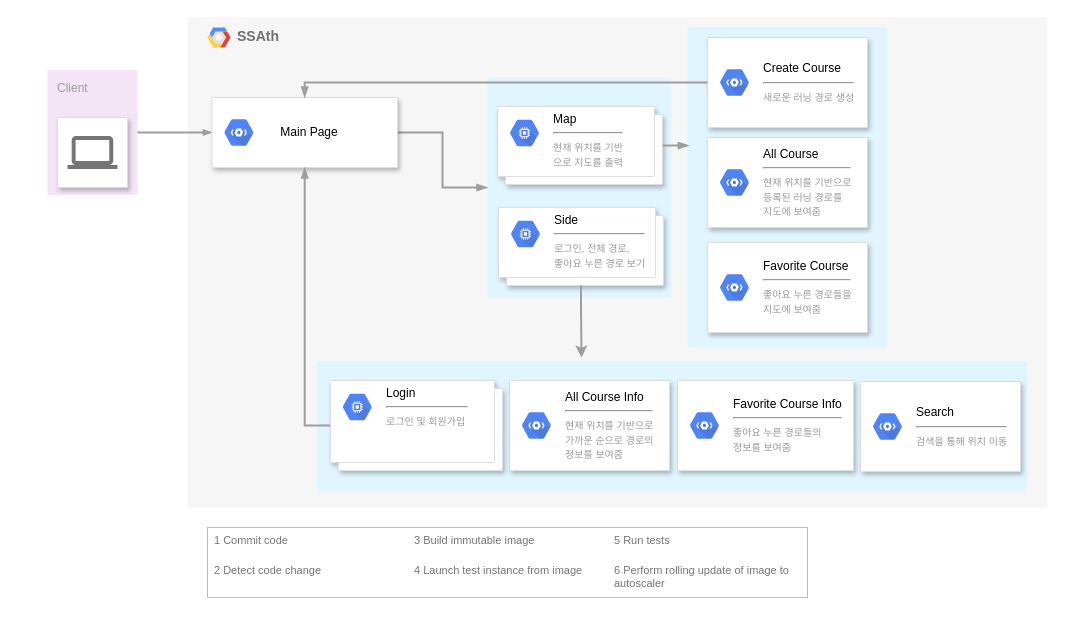
SSAth2023/SSAth_running keeps this draw.io diagram as SSAth_diagram/SSAfyFlowchart.drawio. Above is the earlier version. Source tidied: cells renumbered, new cells numbered last; positions are measured from the earlier drawing's top-left corner, leaving out a move shared by most shapes. Both pictures are drawn from the tidied source at 100%, with x=0, y=0 at pixel (47, 17). Pictures stored in the file or linked from it are replaced by grey dashed boxes.
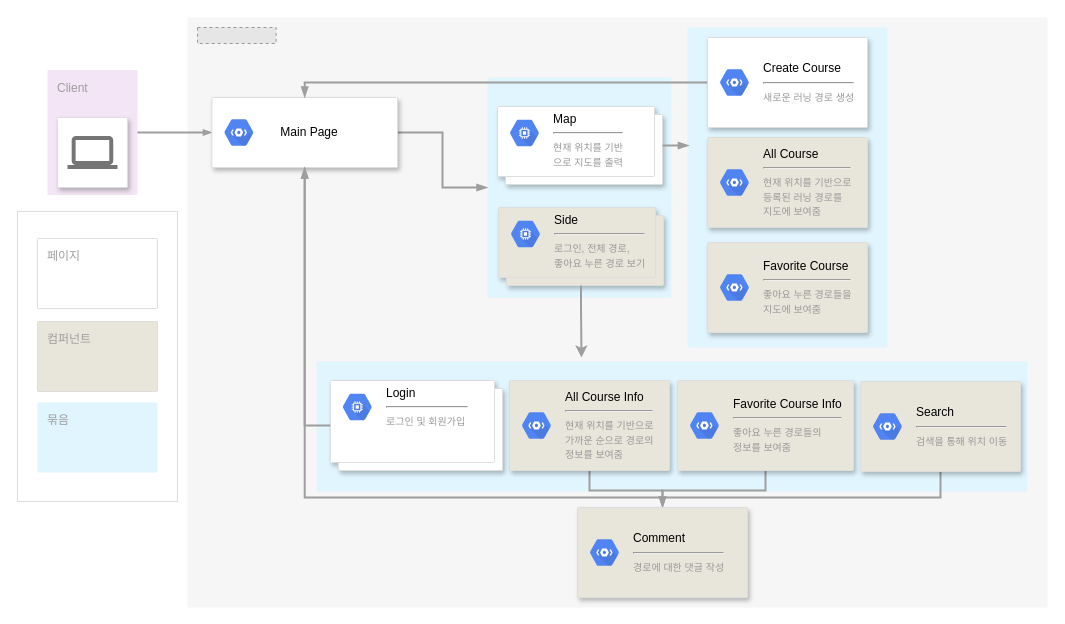
After the change.

Unchanged cells that the change refers to:
```xml
<mxCell id="22" style="strokeColor=#dddddd;fillColor=#ffffff;shadow=1;strokeWidth=1;rounded=1;absoluteArcSize=1;arcSize=2;fontSize=10;fontColor=#9E9E9E;align=center;html=1;labelPosition=left;verticalLabelPosition=top;verticalAlign=bottom;" parent="1" vertex="1">
  <mxGeometry x="164.4" y="80" width="185.6" height="70" as="geometry" />
</mxCell>
```

Diff of the diagram source:
```diff
@@
-    <mxCell id="2" value="&lt;b&gt;SSAth&lt;/b&gt;" style="fillColor=#F6F6F6;strokeColor=none;shadow=0;gradientColor=none;fontSize=14;align=left;spacing=10;fontColor=#717171;9E9E9E;verticalAlign=top;spacingTop=-4;fontStyle=0;spacingLeft=40;html=1;" parent="1" vertex="1">
-      <mxGeometry x="140" width="860" height="490" as="geometry" />
+    <mxCell id="2" style="fillColor=#F6F6F6;strokeColor=none;shadow=0;gradientColor=none;fontSize=14;align=left;spacing=10;fontColor=#717171;9E9E9E;verticalAlign=top;spacingTop=-4;fontStyle=0;spacingLeft=40;html=1;" parent="1" vertex="1">
+      <mxGeometry x="140" width="860" height="590" as="geometry" />
     </mxCell>
@@
-    <mxCell id="10" style="shape=mxgraph.gcp2.doubleRect;strokeColor=#dddddd;fillColor=#ffffff;shadow=1;strokeWidth=1;fontSize=10;fontColor=#9E9E9E;align=center;html=1;" parent="1" vertex="1">
+    <mxCell id="10" style="shape=mxgraph.gcp2.doubleRect;strokeColor=#dddddd;fillColor=#E8E5DA;shadow=1;strokeWidth=1;fontSize=10;fontColor=#9E9E9E;align=center;html=1;" parent="1" vertex="1">
       <mxGeometry x="451" y="190" width="165" height="78" as="geometry" />
     </mxCell>
@@
-    <mxCell id="12" style="fillColor=#ffffff;strokeColor=#BDBDBD;strokeWidth=1;shadow=0;gradientColor=none;fontSize=10;fontColor=#9E9E9E;align=center;html=1;" parent="1" vertex="1">
-      <mxGeometry x="160" y="510" width="600" height="70" as="geometry" />
-    </mxCell>
-    <mxCell id="13" value="1 Commit code" style="strokeColor=none;fillColor=none;fontColor=#757575;align=left;html=1;fontStyle=0;spacingLeft=5;fontSize=11;verticalAlign=top;whiteSpace=wrap;spacingRight=5;" parent="12" vertex="1">
-      <mxGeometry width="200" height="30" relative="1" as="geometry" />
-    </mxCell>
-    <mxCell id="14" value="2 Detect code change" style="strokeColor=none;fillColor=none;fontColor=#757575;align=left;html=1;fontStyle=0;spacingLeft=5;fontSize=11;verticalAlign=top;whiteSpace=wrap;spacingRight=5;" parent="12" vertex="1">
-      <mxGeometry width="200" height="30" relative="1" as="geometry">
-        <mxPoint y="30" as="offset" />
-      </mxGeometry>
-    </mxCell>
-    <mxCell id="15" value="3 Build immutable image" style="strokeColor=none;fillColor=none;fontColor=#757575;align=left;html=1;fontStyle=0;spacingLeft=5;fontSize=11;verticalAlign=top;whiteSpace=wrap;spacingRight=5;" parent="12" vertex="1">
-      <mxGeometry width="200" height="30" relative="1" as="geometry">
-        <mxPoint x="200" as="offset" />
-      </mxGeometry>
-    </mxCell>
-    <mxCell id="16" value="4 Launch test instance from image" style="strokeColor=none;fillColor=none;fontColor=#757575;align=left;html=1;fontStyle=0;spacingLeft=5;fontSize=11;verticalAlign=top;whiteSpace=wrap;spacingRight=5;" parent="12" vertex="1">
-      <mxGeometry width="200" height="30" relative="1" as="geometry">
-        <mxPoint x="200" y="30" as="offset" />
-      </mxGeometry>
-    </mxCell>
-    <mxCell id="17" value="5 Run tests" style="strokeColor=none;fillColor=none;fontColor=#757575;align=left;html=1;fontStyle=0;spacingLeft=5;fontSize=11;verticalAlign=top;whiteSpace=wrap;spacingRight=5;" parent="12" vertex="1">
-      <mxGeometry width="200" height="30" relative="1" as="geometry">
-        <mxPoint x="400" as="offset" />
-      </mxGeometry>
-    </mxCell>
-    <mxCell id="18" value="6 Perform rolling update of image to autoscaler" style="strokeColor=none;fillColor=none;fontColor=#757575;align=left;html=1;fontStyle=0;spacingLeft=5;fontSize=11;verticalAlign=top;whiteSpace=wrap;spacingRight=5;" parent="12" vertex="1">
-      <mxGeometry width="200" height="30" relative="1" as="geometry">
-        <mxPoint x="400" y="30" as="offset" />
-      </mxGeometry>
-    </mxCell>
@@
-    <mxCell id="21" style="shape=mxgraph.gcp2.google_cloud_platform;fillColor=#F6F6F6;strokeColor=none;shadow=0;gradientColor=none;" parent="1" vertex="1">
-      <mxGeometry x="160" y="10" width="23" height="20" as="geometry">
-        <mxPoint x="20" y="10" as="offset" />
-      </mxGeometry>
-    </mxCell>
@@
+    <mxCell id="43" style="edgeStyle=orthogonalEdgeStyle;rounded=0;jettySize=auto;html=1;strokeWidth=2;strokeColor=#9E9E9E;endArrow=blockThin;endFill=1;" parent="1" edge="1" source="25" target="46">
+      <mxGeometry relative="1" as="geometry" />
+    </mxCell>
-    <mxCell id="25" style="strokeColor=#dddddd;fillColor=#ffffff;shadow=1;strokeWidth=1;rounded=1;absoluteArcSize=1;arcSize=2;fontSize=10;fontColor=#9E9E9E;align=center;html=1;labelPosition=center;verticalLabelPosition=top;verticalAlign=bottom;" parent="1" vertex="1">
+    <mxCell id="25" style="strokeColor=#dddddd;fillColor=#E8E5DA;shadow=1;strokeWidth=1;rounded=1;absoluteArcSize=1;arcSize=2;fontSize=10;fontColor=#9E9E9E;align=center;html=1;labelPosition=center;verticalLabelPosition=top;verticalAlign=bottom;" parent="1" vertex="1">
       <mxGeometry x="462" y="363" width="160" height="90" as="geometry" />
     </mxCell>
@@
+    <mxCell id="44" style="edgeStyle=orthogonalEdgeStyle;rounded=0;jettySize=auto;html=1;strokeWidth=2;strokeColor=#9E9E9E;endArrow=blockThin;endFill=1;" parent="1" edge="1" source="27" target="46">
+      <mxGeometry relative="1" as="geometry">
+        <Array as="points">
+          <mxPoint x="718" y="473" />
+          <mxPoint x="615" y="473" />
+        </Array>
+      </mxGeometry>
+    </mxCell>
-    <mxCell id="27" style="strokeColor=#dddddd;fillColor=#ffffff;shadow=1;strokeWidth=1;rounded=1;absoluteArcSize=1;arcSize=2;fontSize=10;fontColor=#9E9E9E;align=center;html=1;labelPosition=center;verticalLabelPosition=top;verticalAlign=bottom;" parent="1" vertex="1">
+    <mxCell id="27" style="strokeColor=#dddddd;fillColor=#E8E5DA;shadow=1;strokeWidth=1;rounded=1;absoluteArcSize=1;arcSize=2;fontSize=10;fontColor=#9E9E9E;align=center;html=1;labelPosition=center;verticalLabelPosition=top;verticalAlign=bottom;" parent="1" vertex="1">
       <mxGeometry x="630" y="363" width="176" height="90" as="geometry" />
     </mxCell>
@@
-    <mxCell id="29" style="shape=mxgraph.gcp2.doubleRect;strokeColor=#dddddd;fillColor=#ffffff;shadow=1;strokeWidth=1;fontSize=10;fontColor=#9E9E9E;align=center;html=1;labelPosition=center;verticalLabelPosition=top;verticalAlign=bottom;" parent="1" vertex="1">
+    <mxCell id="29" style="shape=mxgraph.gcp2.doubleRect;strokeColor=#DDDDDD;fillColor=#FFFFFF;shadow=1;strokeWidth=1;fontSize=10;align=center;html=1;labelPosition=center;verticalLabelPosition=top;verticalAlign=bottom;" parent="1" vertex="1">
       <mxGeometry x="282.8" y="363" width="172.2" height="90" as="geometry" />
     </mxCell>
@@
-    <mxCell id="34" style="strokeColor=#dddddd;fillColor=#ffffff;shadow=1;strokeWidth=1;rounded=1;absoluteArcSize=1;arcSize=2;fontSize=10;fontColor=#9E9E9E;align=center;html=1;labelPosition=left;verticalLabelPosition=top;verticalAlign=bottom;" parent="1" vertex="1">
+    <mxCell id="34" style="strokeColor=#dddddd;fillColor=#E8E5DA;shadow=1;strokeWidth=1;rounded=1;absoluteArcSize=1;arcSize=2;fontSize=10;fontColor=#9E9E9E;align=center;html=1;labelPosition=left;verticalLabelPosition=top;verticalAlign=bottom;" parent="1" vertex="1">
       <mxGeometry x="660" y="120" width="160" height="90" as="geometry" />
     </mxCell>
@@
-    <mxCell id="36" style="strokeColor=#dddddd;fillColor=#ffffff;shadow=1;strokeWidth=1;rounded=1;absoluteArcSize=1;arcSize=2;fontSize=10;fontColor=#9E9E9E;align=center;html=1;labelPosition=left;verticalLabelPosition=top;verticalAlign=bottom;" parent="1" vertex="1">
+    <mxCell id="36" style="strokeColor=#dddddd;fillColor=#E8E5DA;shadow=1;strokeWidth=1;rounded=1;absoluteArcSize=1;arcSize=2;fontSize=10;fontColor=#9E9E9E;align=center;html=1;labelPosition=left;verticalLabelPosition=top;verticalAlign=bottom;" parent="1" vertex="1">
       <mxGeometry x="660" y="225" width="160" height="90" as="geometry" />
     </mxCell>
@@
+    <mxCell id="45" style="edgeStyle=orthogonalEdgeStyle;rounded=0;jettySize=auto;html=1;entryX=0.5;entryY=1;entryDx=0;entryDy=0;strokeColor=#9E9E9E;strokeWidth=2;endArrow=blockThin;endFill=1;" parent="1" edge="1" source="41" target="22">
+      <mxGeometry relative="1" as="geometry">
+        <Array as="points">
+          <mxPoint x="893" y="480" />
+          <mxPoint x="257" y="480" />
+        </Array>
+      </mxGeometry>
+    </mxCell>
-    <mxCell id="41" style="strokeColor=#dddddd;fillColor=#ffffff;shadow=1;strokeWidth=1;rounded=1;absoluteArcSize=1;arcSize=2;fontSize=10;fontColor=#9E9E9E;align=center;html=1;labelPosition=center;verticalLabelPosition=top;verticalAlign=bottom;" parent="1" vertex="1">
+    <mxCell id="41" style="strokeColor=#dddddd;fillColor=#E8E5DA;shadow=1;strokeWidth=1;rounded=1;absoluteArcSize=1;arcSize=2;fontSize=10;fontColor=#9E9E9E;align=center;html=1;labelPosition=center;verticalLabelPosition=top;verticalAlign=bottom;" parent="1" vertex="1">
       <mxGeometry x="813" y="364" width="160" height="90" as="geometry" />
     </mxCell>
@@
+    <mxCell id="46" style="strokeColor=#dddddd;fillColor=#E8E5DA;shadow=1;strokeWidth=1;rounded=1;absoluteArcSize=1;arcSize=2;fontSize=10;fontColor=#9E9E9E;align=center;html=1;labelPosition=center;verticalLabelPosition=top;verticalAlign=bottom;" parent="1" vertex="1">
+      <mxGeometry x="530" y="490" width="170" height="90" as="geometry" />
+    </mxCell>
+    <mxCell id="47" value="&lt;font color=&quot;#000000&quot;&gt;Comment&lt;/font&gt;&lt;br&gt;&lt;hr style=&quot;border-color: var(--border-color);&quot;&gt;&lt;font style=&quot;border-color: var(--border-color); font-size: 10px;&quot;&gt;경로에 대한 댓글 작성&lt;/font&gt;&lt;font color=&quot;#000000&quot;&gt;&lt;br&gt;&lt;/font&gt;" style="dashed=0;html=1;fillColor=#5184F3;strokeColor=none;shape=mxgraph.gcp2.hexIcon;prIcon=cloud_tools_for_powershell;labelPosition=right;verticalLabelPosition=middle;align=left;verticalAlign=middle;spacingLeft=5;fontColor=#999999;fontSize=12;" parent="46" vertex="1">
+      <mxGeometry y="0.5" width="44" height="39" relative="1" as="geometry">
+        <mxPoint x="5" y="-19.5" as="offset" />
+      </mxGeometry>
+    </mxCell>
+    <mxCell id="48" style="shadow=0;fontSize=14;align=left;spacing=10;9E9E9E;verticalAlign=top;spacingTop=-4;fontStyle=0;spacingLeft=40;html=1;strokeColor=#DDDDDD;" parent="1" vertex="1">
+      <mxGeometry x="-30" y="194" width="160" height="290" as="geometry" />
+    </mxCell>
+    <mxCell id="49" value="페이지" style="sketch=0;rounded=1;absoluteArcSize=1;arcSize=2;html=1;strokeColor=#DDDDDD;gradientColor=none;shadow=0;dashed=0;fontSize=12;fontColor=#9E9E9E;align=left;verticalAlign=top;spacing=10;spacingTop=-4;whiteSpace=wrap;" parent="1" vertex="1">
+      <mxGeometry x="-10" y="221" width="120" height="70" as="geometry" />
+    </mxCell>
+    <mxCell id="50" value="컴퍼넌트" style="sketch=0;rounded=1;absoluteArcSize=1;arcSize=2;html=1;strokeColor=#DDDDDD;gradientColor=none;shadow=0;dashed=0;fontSize=12;fontColor=#9E9E9E;align=left;verticalAlign=top;spacing=10;spacingTop=-4;whiteSpace=wrap;fillColor=#E8E5DA;" parent="1" vertex="1">
+      <mxGeometry x="-10" y="304" width="120" height="70" as="geometry" />
+    </mxCell>
+    <mxCell id="51" value="묶음" style="rounded=1;absoluteArcSize=1;arcSize=2;html=1;strokeColor=none;gradientColor=none;shadow=0;dashed=0;strokeColor=none;fontSize=12;fontColor=#9E9E9E;align=left;verticalAlign=top;spacing=10;spacingTop=-4;fillColor=#E1F5FE;" parent="1" vertex="1">
+      <mxGeometry x="-10" y="385" width="120" height="70" as="geometry" />
+    </mxCell>
+    <mxCell id="52" style="fillColor=#E6E6E6;strokeColor=#999999;dashed=1;verticalLabelPosition=bottom;labelBackgroundColor=default;verticalAlign=top;" parent="1" vertex="1">
+      <mxGeometry x="150" y="10" width="78.6" height="16" as="geometry" />
+    </mxCell>
```
